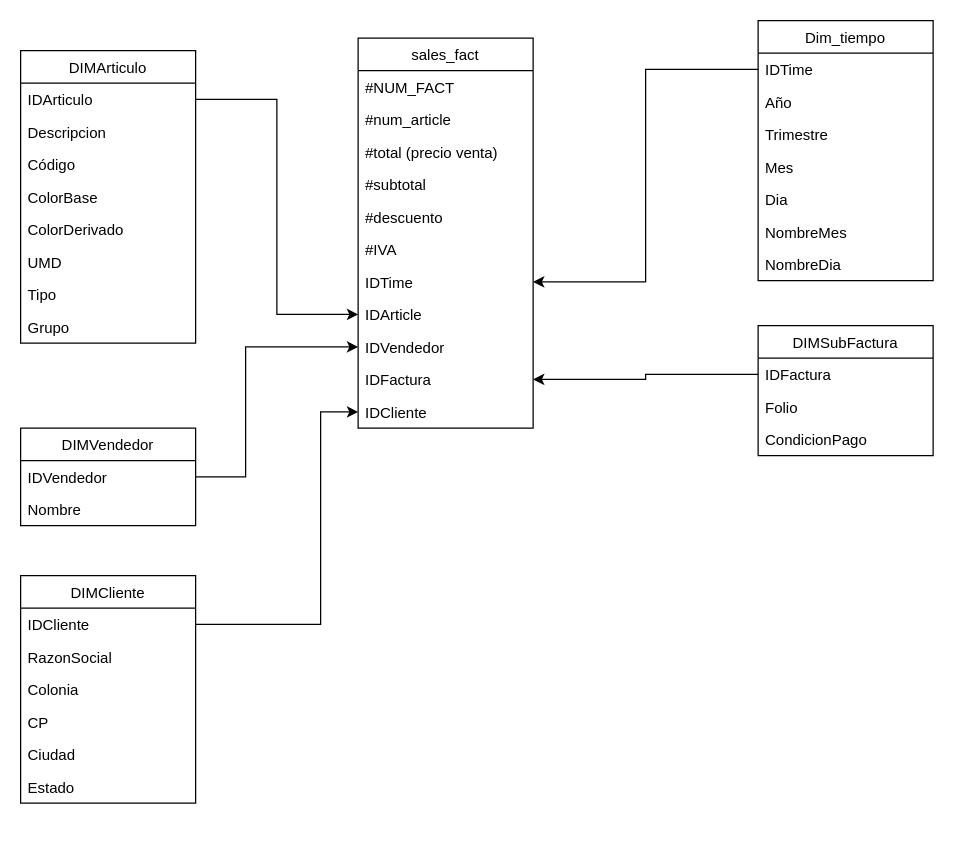
Earlier version of the draw.io diagram diagrams/cubo_ventas.drawio (BamCurti/BDTD_project). Source tidied: cells renumbered, new cells numbered last; positions are measured from the earlier drawing's top-left corner, leaving out a move shared by most shapes. Both pictures are drawn from the tidied source at 125%, with x=0, y=0 at pixel (20, 20).
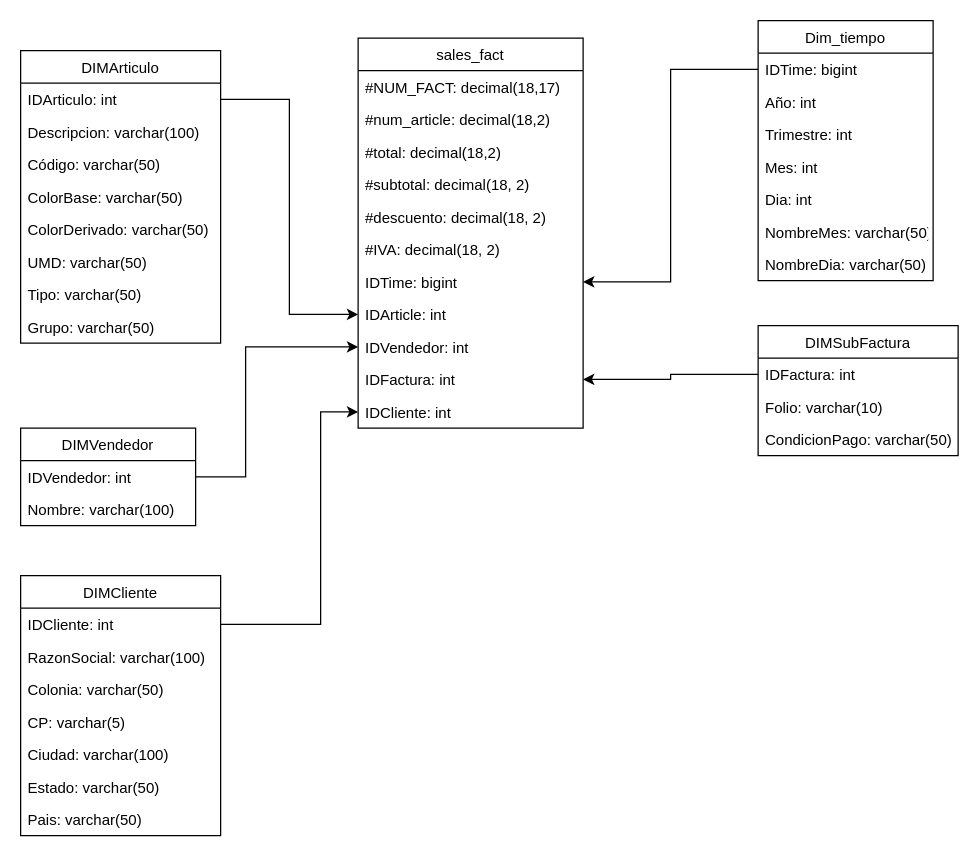
Above is the later version.

The change refers to these unchanged cells:
```xml
<mxCell id="14" value="Dim_tiempo" style="swimlane;fontStyle=0;horizontal=1;startSize=26;fillColor=none;" parent="1" vertex="1">
  <mxGeometry x="590" width="140" height="208" as="geometry" />
</mxCell>
<mxCell id="22" value="DIMVendedor" style="swimlane;fontStyle=0;horizontal=1;startSize=26;fillColor=none;" parent="1" vertex="1">
  <mxGeometry y="326" width="140" height="78" as="geometry" />
</mxCell>
```

Diff of the diagram source:
```diff
@@
     <mxCell id="2" value="sales_fact" style="swimlane;fontStyle=0;horizontal=1;startSize=26;fillColor=none;" parent="1" vertex="1">
-      <mxGeometry x="270" y="14" width="140" height="312" as="geometry" />
+      <mxGeometry x="270" y="14" width="180" height="312" as="geometry" />
     </mxCell>
-    <mxCell id="3" value="#NUM_FACT" style="text;strokeColor=none;fillColor=none;align=left;verticalAlign=top;spacingLeft=4;spacingRight=4;overflow=hidden;" parent="2" vertex="1">
-      <mxGeometry y="26" width="140" height="26" as="geometry" />
+    <mxCell id="3" value="#NUM_FACT: decimal(18,17)" style="text;strokeColor=none;fillColor=none;align=left;verticalAlign=top;spacingLeft=4;spacingRight=4;overflow=hidden;" parent="2" vertex="1">
+      <mxGeometry y="26" width="180" height="26" as="geometry" />
     </mxCell>
-    <mxCell id="4" value="#num_article" style="text;strokeColor=none;fillColor=none;align=left;verticalAlign=top;spacingLeft=4;spacingRight=4;overflow=hidden;" parent="2" vertex="1">
-      <mxGeometry y="52" width="140" height="26" as="geometry" />
+    <mxCell id="4" value="#num_article: decimal(18,2)" style="text;strokeColor=none;fillColor=none;align=left;verticalAlign=top;spacingLeft=4;spacingRight=4;overflow=hidden;" parent="2" vertex="1">
+      <mxGeometry y="52" width="180" height="26" as="geometry" />
     </mxCell>
-    <mxCell id="5" value="#total (precio venta)" style="text;strokeColor=none;fillColor=none;align=left;verticalAlign=top;spacingLeft=4;spacingRight=4;overflow=hidden;" parent="2" vertex="1">
-      <mxGeometry y="78" width="140" height="26" as="geometry" />
+    <mxCell id="5" value="#total: decimal(18,2)" style="text;strokeColor=none;fillColor=none;align=left;verticalAlign=top;spacingLeft=4;spacingRight=4;overflow=hidden;" parent="2" vertex="1">
+      <mxGeometry y="78" width="180" height="26" as="geometry" />
     </mxCell>
-    <mxCell id="6" value="#subtotal" style="text;strokeColor=none;fillColor=none;align=left;verticalAlign=top;spacingLeft=4;spacingRight=4;overflow=hidden;" parent="2" vertex="1">
-      <mxGeometry y="104" width="140" height="26" as="geometry" />
+    <mxCell id="6" value="#subtotal: decimal(18, 2)" style="text;strokeColor=none;fillColor=none;align=left;verticalAlign=top;spacingLeft=4;spacingRight=4;overflow=hidden;" parent="2" vertex="1">
+      <mxGeometry y="104" width="180" height="26" as="geometry" />
     </mxCell>
-    <mxCell id="7" value="#descuento" style="text;strokeColor=none;fillColor=none;align=left;verticalAlign=top;spacingLeft=4;spacingRight=4;overflow=hidden;" parent="2" vertex="1">
-      <mxGeometry y="130" width="140" height="26" as="geometry" />
+    <mxCell id="7" value="#descuento: decimal(18, 2)" style="text;strokeColor=none;fillColor=none;align=left;verticalAlign=top;spacingLeft=4;spacingRight=4;overflow=hidden;" parent="2" vertex="1">
+      <mxGeometry y="130" width="180" height="26" as="geometry" />
     </mxCell>
-    <mxCell id="8" value="#IVA" style="text;strokeColor=none;fillColor=none;align=left;verticalAlign=top;spacingLeft=4;spacingRight=4;overflow=hidden;" parent="2" vertex="1">
-      <mxGeometry y="156" width="140" height="26" as="geometry" />
+    <mxCell id="8" value="#IVA: decimal(18, 2)" style="text;strokeColor=none;fillColor=none;align=left;verticalAlign=top;spacingLeft=4;spacingRight=4;overflow=hidden;" parent="2" vertex="1">
+      <mxGeometry y="156" width="180" height="26" as="geometry" />
     </mxCell>
-    <mxCell id="9" value="IDTime" style="text;strokeColor=none;fillColor=none;align=left;verticalAlign=top;spacingLeft=4;spacingRight=4;overflow=hidden;points=[[0,0.5],[1,0.5]];portConstraint=eastwest;" parent="2" vertex="1">
-      <mxGeometry y="182" width="140" height="26" as="geometry" />
+    <mxCell id="9" value="IDTime: bigint" style="text;strokeColor=none;fillColor=none;align=left;verticalAlign=top;spacingLeft=4;spacingRight=4;overflow=hidden;points=[[0,0.5],[1,0.5]];portConstraint=eastwest;" parent="2" vertex="1">
+      <mxGeometry y="182" width="180" height="26" as="geometry" />
     </mxCell>
-    <mxCell id="10" value="IDArticle" style="text;strokeColor=none;fillColor=none;align=left;verticalAlign=top;spacingLeft=4;spacingRight=4;overflow=hidden;points=[[0,0.5],[1,0.5]];portConstraint=eastwest;" parent="2" vertex="1">
-      <mxGeometry y="208" width="140" height="26" as="geometry" />
+    <mxCell id="10" value="IDArticle: int" style="text;strokeColor=none;fillColor=none;align=left;verticalAlign=top;spacingLeft=4;spacingRight=4;overflow=hidden;points=[[0,0.5],[1,0.5]];portConstraint=eastwest;" parent="2" vertex="1">
+      <mxGeometry y="208" width="180" height="26" as="geometry" />
     </mxCell>
-    <mxCell id="11" value="IDVendedor" style="text;strokeColor=none;fillColor=none;align=left;verticalAlign=top;spacingLeft=4;spacingRight=4;overflow=hidden;points=[[0,0.5],[1,0.5]];portConstraint=eastwest;" parent="2" vertex="1">
-      <mxGeometry y="234" width="140" height="26" as="geometry" />
+    <mxCell id="11" value="IDVendedor: int" style="text;strokeColor=none;fillColor=none;align=left;verticalAlign=top;spacingLeft=4;spacingRight=4;overflow=hidden;points=[[0,0.5],[1,0.5]];portConstraint=eastwest;" parent="2" vertex="1">
+      <mxGeometry y="234" width="180" height="26" as="geometry" />
     </mxCell>
-    <mxCell id="12" value="IDFactura" style="text;strokeColor=none;fillColor=none;align=left;verticalAlign=top;spacingLeft=4;spacingRight=4;overflow=hidden;points=[[0,0.5],[1,0.5]];portConstraint=eastwest;" parent="2" vertex="1">
-      <mxGeometry y="260" width="140" height="26" as="geometry" />
+    <mxCell id="12" value="IDFactura: int" style="text;strokeColor=none;fillColor=none;align=left;verticalAlign=top;spacingLeft=4;spacingRight=4;overflow=hidden;points=[[0,0.5],[1,0.5]];portConstraint=eastwest;" parent="2" vertex="1">
+      <mxGeometry y="260" width="180" height="26" as="geometry" />
     </mxCell>
-    <mxCell id="13" value="IDCliente" style="text;strokeColor=none;fillColor=none;align=left;verticalAlign=top;spacingLeft=4;spacingRight=4;overflow=hidden;points=[[0,0.5],[1,0.5]];portConstraint=eastwest;" parent="2" vertex="1">
-      <mxGeometry y="286" width="140" height="26" as="geometry" />
+    <mxCell id="13" value="IDCliente: int" style="text;strokeColor=none;fillColor=none;align=left;verticalAlign=top;spacingLeft=4;spacingRight=4;overflow=hidden;points=[[0,0.5],[1,0.5]];portConstraint=eastwest;" parent="2" vertex="1">
+      <mxGeometry y="286" width="180" height="26" as="geometry" />
     </mxCell>
@@
-    <mxCell id="15" value="IDTime" style="text;strokeColor=none;fillColor=none;align=left;verticalAlign=top;spacingLeft=4;spacingRight=4;overflow=hidden;points=[[0,0.5],[1,0.5]];portConstraint=eastwest;" parent="14" vertex="1">
+    <mxCell id="15" value="IDTime: bigint" style="text;strokeColor=none;fillColor=none;align=left;verticalAlign=top;spacingLeft=4;spacingRight=4;overflow=hidden;points=[[0,0.5],[1,0.5]];portConstraint=eastwest;" parent="14" vertex="1">
       <mxGeometry y="26" width="140" height="26" as="geometry" />
     </mxCell>
-    <mxCell id="16" value="Año" style="text;strokeColor=none;fillColor=none;align=left;verticalAlign=top;spacingLeft=4;spacingRight=4;overflow=hidden;" parent="14" vertex="1">
+    <mxCell id="16" value="Año: int" style="text;strokeColor=none;fillColor=none;align=left;verticalAlign=top;spacingLeft=4;spacingRight=4;overflow=hidden;" parent="14" vertex="1">
       <mxGeometry y="52" width="140" height="26" as="geometry" />
     </mxCell>
-    <mxCell id="17" value="Trimestre" style="text;strokeColor=none;fillColor=none;align=left;verticalAlign=top;spacingLeft=4;spacingRight=4;overflow=hidden;" parent="14" vertex="1">
+    <mxCell id="17" value="Trimestre: int" style="text;strokeColor=none;fillColor=none;align=left;verticalAlign=top;spacingLeft=4;spacingRight=4;overflow=hidden;" parent="14" vertex="1">
       <mxGeometry y="78" width="140" height="26" as="geometry" />
     </mxCell>
-    <mxCell id="18" value="Mes" style="text;strokeColor=none;fillColor=none;align=left;verticalAlign=top;spacingLeft=4;spacingRight=4;overflow=hidden;" parent="14" vertex="1">
+    <mxCell id="18" value="Mes: int" style="text;strokeColor=none;fillColor=none;align=left;verticalAlign=top;spacingLeft=4;spacingRight=4;overflow=hidden;" parent="14" vertex="1">
       <mxGeometry y="104" width="140" height="26" as="geometry" />
     </mxCell>
-    <mxCell id="19" value="Dia" style="text;strokeColor=none;fillColor=none;align=left;verticalAlign=top;spacingLeft=4;spacingRight=4;overflow=hidden;" parent="14" vertex="1">
+    <mxCell id="19" value="Dia: int" style="text;strokeColor=none;fillColor=none;align=left;verticalAlign=top;spacingLeft=4;spacingRight=4;overflow=hidden;" parent="14" vertex="1">
       <mxGeometry y="130" width="140" height="26" as="geometry" />
     </mxCell>
-    <mxCell id="20" value="NombreMes" style="text;strokeColor=none;fillColor=none;align=left;verticalAlign=top;spacingLeft=4;spacingRight=4;overflow=hidden;" parent="14" vertex="1">
+    <mxCell id="20" value="NombreMes: varchar(50)" style="text;strokeColor=none;fillColor=none;align=left;verticalAlign=top;spacingLeft=4;spacingRight=4;overflow=hidden;" parent="14" vertex="1">
       <mxGeometry y="156" width="140" height="26" as="geometry" />
     </mxCell>
-    <mxCell id="21" value="NombreDia" style="text;strokeColor=none;fillColor=none;align=left;verticalAlign=top;spacingLeft=4;spacingRight=4;overflow=hidden;" parent="14" vertex="1">
+    <mxCell id="21" value="NombreDia: varchar(50)" style="text;strokeColor=none;fillColor=none;align=left;verticalAlign=top;spacingLeft=4;spacingRight=4;overflow=hidden;" parent="14" vertex="1">
       <mxGeometry y="182" width="140" height="26" as="geometry" />
     </mxCell>
@@
-    <mxCell id="23" value="IDVendedor" style="text;strokeColor=none;fillColor=none;align=left;verticalAlign=top;spacingLeft=4;spacingRight=4;overflow=hidden;points=[[0,0.5],[1,0.5]];portConstraint=eastwest;" parent="22" vertex="1">
+    <mxCell id="23" value="IDVendedor: int" style="text;strokeColor=none;fillColor=none;align=left;verticalAlign=top;spacingLeft=4;spacingRight=4;overflow=hidden;points=[[0,0.5],[1,0.5]];portConstraint=eastwest;" parent="22" vertex="1">
       <mxGeometry y="26" width="140" height="26" as="geometry" />
     </mxCell>
-    <mxCell id="24" value="Nombre" style="text;strokeColor=none;fillColor=none;align=left;verticalAlign=top;spacingLeft=4;spacingRight=4;overflow=hidden;" parent="22" vertex="1">
+    <mxCell id="24" value="Nombre: varchar(100)" style="text;strokeColor=none;fillColor=none;align=left;verticalAlign=top;spacingLeft=4;spacingRight=4;overflow=hidden;" parent="22" vertex="1">
       <mxGeometry y="52" width="140" height="26" as="geometry" />
     </mxCell>
     <mxCell id="25" value="DIMArticulo" style="swimlane;fontStyle=0;horizontal=1;startSize=26;fillColor=none;" parent="1" vertex="1">
-      <mxGeometry y="24" width="140" height="234" as="geometry" />
+      <mxGeometry y="24" width="160" height="234" as="geometry" />
     </mxCell>
-    <mxCell id="26" value="IDArticulo" style="text;strokeColor=none;fillColor=none;align=left;verticalAlign=top;spacingLeft=4;spacingRight=4;overflow=hidden;points=[[0,0.5],[1,0.5]];portConstraint=eastwest;" parent="25" vertex="1">
-      <mxGeometry y="26" width="140" height="26" as="geometry" />
+    <mxCell id="26" value="IDArticulo: int" style="text;strokeColor=none;fillColor=none;align=left;verticalAlign=top;spacingLeft=4;spacingRight=4;overflow=hidden;points=[[0,0.5],[1,0.5]];portConstraint=eastwest;" parent="25" vertex="1">
+      <mxGeometry y="26" width="160" height="26" as="geometry" />
     </mxCell>
-    <mxCell id="27" value="Descripcion" style="text;strokeColor=none;fillColor=none;align=left;verticalAlign=top;spacingLeft=4;spacingRight=4;overflow=hidden;" parent="25" vertex="1">
-      <mxGeometry y="52" width="140" height="26" as="geometry" />
+    <mxCell id="27" value="Descripcion: varchar(100)" style="text;strokeColor=none;fillColor=none;align=left;verticalAlign=top;spacingLeft=4;spacingRight=4;overflow=hidden;" parent="25" vertex="1">
+      <mxGeometry y="52" width="160" height="26" as="geometry" />
     </mxCell>
-    <mxCell id="28" value="Código" style="text;strokeColor=none;fillColor=none;align=left;verticalAlign=top;spacingLeft=4;spacingRight=4;overflow=hidden;" parent="25" vertex="1">
-      <mxGeometry y="78" width="140" height="26" as="geometry" />
+    <mxCell id="28" value="Código: varchar(50)" style="text;strokeColor=none;fillColor=none;align=left;verticalAlign=top;spacingLeft=4;spacingRight=4;overflow=hidden;" parent="25" vertex="1">
+      <mxGeometry y="78" width="160" height="26" as="geometry" />
     </mxCell>
-    <mxCell id="29" value="ColorBase" style="text;strokeColor=none;fillColor=none;align=left;verticalAlign=top;spacingLeft=4;spacingRight=4;overflow=hidden;" parent="25" vertex="1">
-      <mxGeometry y="104" width="140" height="26" as="geometry" />
+    <mxCell id="29" value="ColorBase: varchar(50)" style="text;strokeColor=none;fillColor=none;align=left;verticalAlign=top;spacingLeft=4;spacingRight=4;overflow=hidden;" parent="25" vertex="1">
+      <mxGeometry y="104" width="160" height="26" as="geometry" />
     </mxCell>
-    <mxCell id="30" value="ColorDerivado" style="text;strokeColor=none;fillColor=none;align=left;verticalAlign=top;spacingLeft=4;spacingRight=4;overflow=hidden;" parent="25" vertex="1">
-      <mxGeometry y="130" width="140" height="26" as="geometry" />
+    <mxCell id="30" value="ColorDerivado: varchar(50)" style="text;strokeColor=none;fillColor=none;align=left;verticalAlign=top;spacingLeft=4;spacingRight=4;overflow=hidden;" parent="25" vertex="1">
+      <mxGeometry y="130" width="160" height="26" as="geometry" />
     </mxCell>
-    <mxCell id="31" value="UMD" style="text;strokeColor=none;fillColor=none;align=left;verticalAlign=top;spacingLeft=4;spacingRight=4;overflow=hidden;" parent="25" vertex="1">
-      <mxGeometry y="156" width="140" height="26" as="geometry" />
+    <mxCell id="31" value="UMD: varchar(50)" style="text;strokeColor=none;fillColor=none;align=left;verticalAlign=top;spacingLeft=4;spacingRight=4;overflow=hidden;" parent="25" vertex="1">
+      <mxGeometry y="156" width="160" height="26" as="geometry" />
     </mxCell>
-    <mxCell id="32" value="Tipo" style="text;strokeColor=none;fillColor=none;align=left;verticalAlign=top;spacingLeft=4;spacingRight=4;overflow=hidden;" parent="25" vertex="1">
-      <mxGeometry y="182" width="140" height="26" as="geometry" />
+    <mxCell id="32" value="Tipo: varchar(50)" style="text;strokeColor=none;fillColor=none;align=left;verticalAlign=top;spacingLeft=4;spacingRight=4;overflow=hidden;" parent="25" vertex="1">
+      <mxGeometry y="182" width="160" height="26" as="geometry" />
     </mxCell>
-    <mxCell id="33" value="Grupo" style="text;strokeColor=none;fillColor=none;align=left;verticalAlign=top;spacingLeft=4;spacingRight=4;overflow=hidden;" parent="25" vertex="1">
-      <mxGeometry y="208" width="140" height="26" as="geometry" />
+    <mxCell id="33" value="Grupo: varchar(50)" style="text;strokeColor=none;fillColor=none;align=left;verticalAlign=top;spacingLeft=4;spacingRight=4;overflow=hidden;" parent="25" vertex="1">
+      <mxGeometry y="208" width="160" height="26" as="geometry" />
     </mxCell>
     <mxCell id="34" value="DIMSubFactura" style="swimlane;fontStyle=0;horizontal=1;startSize=26;fillColor=none;" parent="1" vertex="1">
-      <mxGeometry x="590" y="244" width="140" height="104" as="geometry" />
+      <mxGeometry x="590" y="244" width="160" height="104" as="geometry" />
     </mxCell>
-    <mxCell id="35" value="IDFactura" style="text;strokeColor=none;fillColor=none;align=left;verticalAlign=top;spacingLeft=4;spacingRight=4;overflow=hidden;points=[[0,0.5],[1,0.5]];portConstraint=eastwest;" parent="34" vertex="1">
-      <mxGeometry y="26" width="140" height="26" as="geometry" />
+    <mxCell id="35" value="IDFactura: int" style="text;strokeColor=none;fillColor=none;align=left;verticalAlign=top;spacingLeft=4;spacingRight=4;overflow=hidden;points=[[0,0.5],[1,0.5]];portConstraint=eastwest;" parent="34" vertex="1">
+      <mxGeometry y="26" width="160" height="26" as="geometry" />
     </mxCell>
-    <mxCell id="36" value="Folio" style="text;strokeColor=none;fillColor=none;align=left;verticalAlign=top;spacingLeft=4;spacingRight=4;overflow=hidden;" parent="34" vertex="1">
-      <mxGeometry y="52" width="140" height="26" as="geometry" />
+    <mxCell id="36" value="Folio: varchar(10)" style="text;strokeColor=none;fillColor=none;align=left;verticalAlign=top;spacingLeft=4;spacingRight=4;overflow=hidden;" parent="34" vertex="1">
+      <mxGeometry y="52" width="160" height="26" as="geometry" />
     </mxCell>
-    <mxCell id="37" value="CondicionPago" style="text;strokeColor=none;fillColor=none;align=left;verticalAlign=top;spacingLeft=4;spacingRight=4;overflow=hidden;" parent="34" vertex="1">
-      <mxGeometry y="78" width="140" height="26" as="geometry" />
+    <mxCell id="37" value="CondicionPago: varchar(50)" style="text;strokeColor=none;fillColor=none;align=left;verticalAlign=top;spacingLeft=4;spacingRight=4;overflow=hidden;" parent="34" vertex="1">
+      <mxGeometry y="78" width="160" height="26" as="geometry" />
     </mxCell>
@@
     <mxCell id="42" value="DIMCliente" style="swimlane;fontStyle=0;horizontal=1;startSize=26;fillColor=none;" parent="1" vertex="1">
-      <mxGeometry y="444" width="140" height="182" as="geometry" />
+      <mxGeometry y="444" width="160" height="208" as="geometry" />
     </mxCell>
-    <mxCell id="43" value="IDCliente" style="text;strokeColor=none;fillColor=none;align=left;verticalAlign=top;spacingLeft=4;spacingRight=4;overflow=hidden;points=[[0,0.5],[1,0.5]];portConstraint=eastwest;" parent="42" vertex="1">
-      <mxGeometry y="26" width="140" height="26" as="geometry" />
+    <mxCell id="43" value="IDCliente: int" style="text;strokeColor=none;fillColor=none;align=left;verticalAlign=top;spacingLeft=4;spacingRight=4;overflow=hidden;points=[[0,0.5],[1,0.5]];portConstraint=eastwest;" parent="42" vertex="1">
+      <mxGeometry y="26" width="160" height="26" as="geometry" />
     </mxCell>
-    <mxCell id="44" value="RazonSocial" style="text;strokeColor=none;fillColor=none;align=left;verticalAlign=top;spacingLeft=4;spacingRight=4;overflow=hidden;" parent="42" vertex="1">
-      <mxGeometry y="52" width="140" height="26" as="geometry" />
+    <mxCell id="44" value="RazonSocial: varchar(100)" style="text;strokeColor=none;fillColor=none;align=left;verticalAlign=top;spacingLeft=4;spacingRight=4;overflow=hidden;" parent="42" vertex="1">
+      <mxGeometry y="52" width="160" height="26" as="geometry" />
     </mxCell>
-    <mxCell id="45" value="Colonia" style="text;strokeColor=none;fillColor=none;align=left;verticalAlign=top;spacingLeft=4;spacingRight=4;overflow=hidden;" parent="42" vertex="1">
-      <mxGeometry y="78" width="140" height="26" as="geometry" />
+    <mxCell id="45" value="Colonia: varchar(50)" style="text;strokeColor=none;fillColor=none;align=left;verticalAlign=top;spacingLeft=4;spacingRight=4;overflow=hidden;" parent="42" vertex="1">
+      <mxGeometry y="78" width="160" height="26" as="geometry" />
     </mxCell>
-    <mxCell id="46" value="CP" style="text;strokeColor=none;fillColor=none;align=left;verticalAlign=top;spacingLeft=4;spacingRight=4;overflow=hidden;" parent="42" vertex="1">
-      <mxGeometry y="104" width="140" height="26" as="geometry" />
+    <mxCell id="46" value="CP: varchar(5)" style="text;strokeColor=none;fillColor=none;align=left;verticalAlign=top;spacingLeft=4;spacingRight=4;overflow=hidden;" parent="42" vertex="1">
+      <mxGeometry y="104" width="160" height="26" as="geometry" />
     </mxCell>
-    <mxCell id="47" value="Ciudad" style="text;strokeColor=none;fillColor=none;align=left;verticalAlign=top;spacingLeft=4;spacingRight=4;overflow=hidden;" parent="42" vertex="1">
-      <mxGeometry y="130" width="140" height="26" as="geometry" />
+    <mxCell id="47" value="Ciudad: varchar(100)" style="text;strokeColor=none;fillColor=none;align=left;verticalAlign=top;spacingLeft=4;spacingRight=4;overflow=hidden;" parent="42" vertex="1">
+      <mxGeometry y="130" width="160" height="26" as="geometry" />
     </mxCell>
-    <mxCell id="48" value="Estado" style="text;strokeColor=none;fillColor=none;align=left;verticalAlign=top;spacingLeft=4;spacingRight=4;overflow=hidden;" parent="42" vertex="1">
-      <mxGeometry y="156" width="140" height="26" as="geometry" />
+    <mxCell id="48" value="Estado: varchar(50)" style="text;strokeColor=none;fillColor=none;align=left;verticalAlign=top;spacingLeft=4;spacingRight=4;overflow=hidden;" parent="42" vertex="1">
+      <mxGeometry y="156" width="160" height="26" as="geometry" />
     </mxCell>
+    <mxCell id="50" value="Pais: varchar(50)" style="text;strokeColor=none;fillColor=none;align=left;verticalAlign=top;spacingLeft=4;spacingRight=4;overflow=hidden;" parent="42" vertex="1">
+      <mxGeometry y="182" width="160" height="26" as="geometry" />
+    </mxCell>
```
